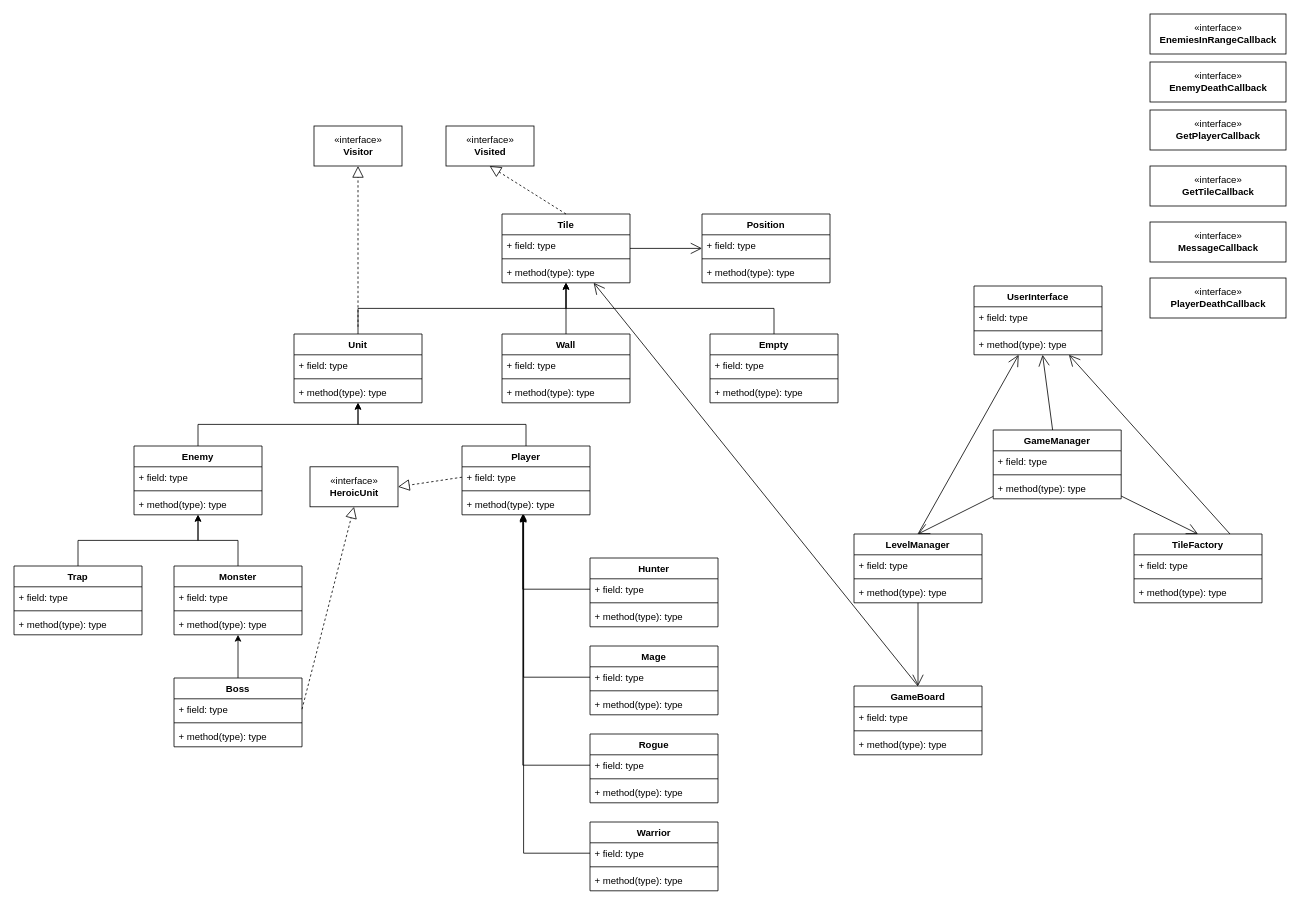
This is DangeonsAndDragons.drawio from Daniel-Ayz/DungeonsAndDragons, a draw.io file, before an edit. Source tidied: cells renumbered, new cells numbered last; positions are measured from the earlier drawing's top-left corner, leaving out a move shared by most shapes. Both pictures are drawn from the tidied source at 80%, with x=0, y=0 at pixel (14, 14).
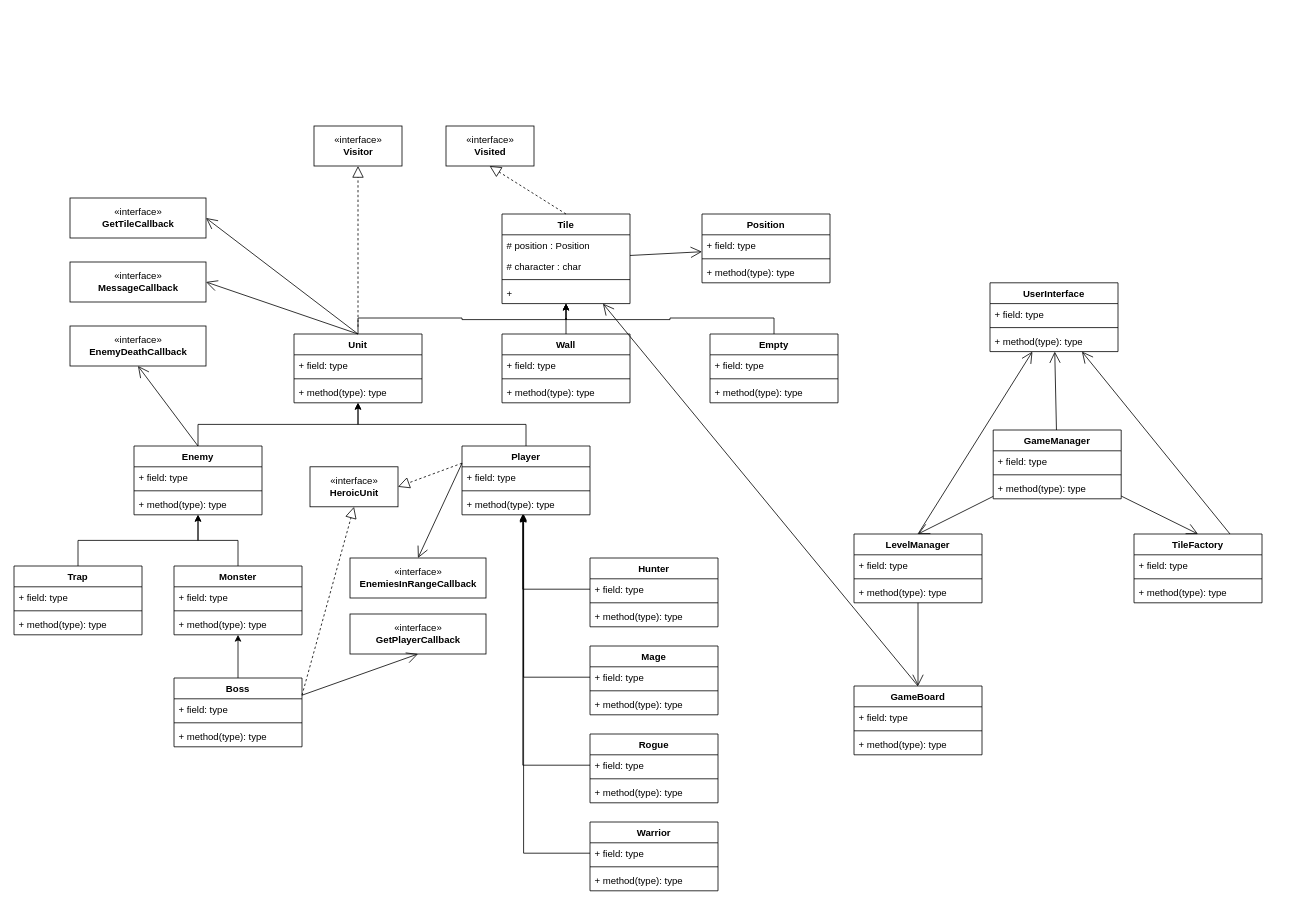
The same page after the edit.

Unchanged cells that the change refers to:
```xml
<mxCell id="37" value="Unit" style="swimlane;fontStyle=1;align=center;verticalAlign=top;horizontal=1;startSize=26;" parent="1" vertex="1">
  <mxGeometry x="350" y="400" width="160" height="86" as="geometry" />
</mxCell>
<mxCell id="42" value="Player" style="swimlane;fontStyle=1;align=center;verticalAlign=top;horizontal=1;startSize=26;" parent="1" vertex="1">
  <mxGeometry x="560" y="540" width="160" height="86" as="geometry" />
</mxCell>
<mxCell id="43" value="+ field: type" style="text;strokeColor=none;fillColor=none;align=left;verticalAlign=top;spacingLeft=4;spacingRight=4;overflow=hidden;points=[[0,0.5],[1,0.5]];portConstraint=eastwest;" parent="42" vertex="1">
  <mxGeometry y="26" width="160" height="26" as="geometry" />
</mxCell>
<mxCell id="47" value="Enemy" style="swimlane;fontStyle=1;align=center;verticalAlign=top;horizontal=1;startSize=26;" parent="1" vertex="1">
  <mxGeometry x="150" y="540" width="160" height="86" as="geometry" />
</mxCell>
<mxCell id="63" value="«interface»&lt;br&gt;&lt;b&gt;HeroicUnit&lt;/b&gt;" style="html=1;" parent="1" vertex="1">
  <mxGeometry x="370" y="566" width="110" height="50" as="geometry" />
</mxCell>
<mxCell id="91" value="Boss" style="swimlane;fontStyle=1;align=center;verticalAlign=top;horizontal=1;startSize=26;" parent="1" vertex="1">
  <mxGeometry x="200" y="830" width="160" height="86" as="geometry" />
</mxCell>
<mxCell id="92" value="+ field: type" style="text;strokeColor=none;fillColor=none;align=left;verticalAlign=top;spacingLeft=4;spacingRight=4;overflow=hidden;points=[[0,0.5],[1,0.5]];portConstraint=eastwest;" parent="91" vertex="1">
  <mxGeometry y="26" width="160" height="26" as="geometry" />
</mxCell>
```

What changed in the source:
```diff
@@
     <mxCell id="2" value="UserInterface" style="swimlane;fontStyle=1;align=center;verticalAlign=top;horizontal=1;startSize=26;" parent="1" vertex="1">
-      <mxGeometry x="1200" y="340" width="160" height="86" as="geometry" />
+      <mxGeometry x="1220" y="336" width="160" height="86" as="geometry" />
     </mxCell>
@@
     <mxCell id="22" value="Tile" style="swimlane;fontStyle=1;align=center;verticalAlign=top;horizontal=1;startSize=26;" parent="1" vertex="1">
-      <mxGeometry x="610" y="250" width="160" height="86" as="geometry" />
+      <mxGeometry x="610" y="250" width="160" height="112" as="geometry" />
     </mxCell>
-    <mxCell id="23" value="+ field: type" style="text;strokeColor=none;fillColor=none;align=left;verticalAlign=top;spacingLeft=4;spacingRight=4;overflow=hidden;" parent="22" vertex="1">
+    <mxCell id="23" value="# position : Position" style="text;strokeColor=none;fillColor=none;align=left;verticalAlign=top;spacingLeft=4;spacingRight=4;overflow=hidden;" parent="22" vertex="1">
       <mxGeometry y="26" width="160" height="26" as="geometry" />
     </mxCell>
+    <mxCell id="111" value="# character : char" style="text;strokeColor=none;fillColor=none;align=left;verticalAlign=top;spacingLeft=4;spacingRight=4;overflow=hidden;" parent="22" vertex="1">
+      <mxGeometry y="52" width="160" height="26" as="geometry" />
+    </mxCell>
     <mxCell id="24" style="line;strokeWidth=1;fillColor=none;align=left;verticalAlign=middle;spacingTop=-1;spacingLeft=3;spacingRight=3;labelPosition=right;" parent="22" vertex="1">
-      <mxGeometry y="52" width="160" height="8" as="geometry" />
+      <mxGeometry y="78" width="160" height="8" as="geometry" />
     </mxCell>
-    <mxCell id="25" value="+ method(type): type" style="text;strokeColor=none;fillColor=none;align=left;verticalAlign=top;spacingLeft=4;spacingRight=4;overflow=hidden;" parent="22" vertex="1">
-      <mxGeometry y="60" width="160" height="26" as="geometry" />
+    <mxCell id="25" value="+ " style="text;strokeColor=none;fillColor=none;align=left;verticalAlign=top;spacingLeft=4;spacingRight=4;overflow=hidden;" parent="22" vertex="1">
+      <mxGeometry y="86" width="160" height="26" as="geometry" />
     </mxCell>
@@
     <mxCell id="30" value="«interface»&lt;br&gt;&lt;b&gt;EnemiesInRangeCallback&lt;/b&gt;" style="html=1;" parent="1" vertex="1">
-      <mxGeometry x="1420" width="170" height="50" as="geometry" />
+      <mxGeometry x="420" y="680" width="170" height="50" as="geometry" />
     </mxCell>
     <mxCell id="31" value="«interface»&lt;br&gt;&lt;b&gt;EnemyDeathCallback&lt;/b&gt;" style="html=1;" parent="1" vertex="1">
-      <mxGeometry x="1420" y="60" width="170" height="50" as="geometry" />
+      <mxGeometry x="70" y="390" width="170" height="50" as="geometry" />
     </mxCell>
     <mxCell id="32" value="«interface»&lt;br&gt;&lt;b&gt;GetPlayerCallback&lt;/b&gt;" style="html=1;" parent="1" vertex="1">
-      <mxGeometry x="1420" y="120" width="170" height="50" as="geometry" />
+      <mxGeometry x="420" y="750" width="170" height="50" as="geometry" />
     </mxCell>
     <mxCell id="33" value="«interface»&lt;br&gt;&lt;b&gt;GetTileCallback&lt;/b&gt;" style="html=1;" parent="1" vertex="1">
-      <mxGeometry x="1420" y="190" width="170" height="50" as="geometry" />
+      <mxGeometry x="70" y="230" width="170" height="50" as="geometry" />
     </mxCell>
     <mxCell id="34" value="«interface»&lt;br&gt;&lt;b&gt;MessageCallback&lt;/b&gt;" style="html=1;" parent="1" vertex="1">
-      <mxGeometry x="1420" y="260" width="170" height="50" as="geometry" />
+      <mxGeometry x="70" y="310" width="170" height="50" as="geometry" />
     </mxCell>
-    <mxCell id="35" value="«interface»&lt;br&gt;&lt;b&gt;PlayerDeathCallback&lt;/b&gt;" style="html=1;" parent="1" vertex="1">
-      <mxGeometry x="1420" y="330" width="170" height="50" as="geometry" />
-    </mxCell>
@@
-    <mxCell id="98" style="endArrow=block;dashed=1;endFill=0;endSize=12;html=1;rounded=0;exitX=1;exitY=0.5;exitDx=0;exitDy=0;entryX=0.5;entryY=1;entryDx=0;entryDy=0;" parent="1" edge="1" source="92" target="63">
+    <mxCell id="98" style="endArrow=block;dashed=1;endFill=0;endSize=12;html=1;rounded=0;exitX=1;exitY=0.25;exitDx=0;exitDy=0;entryX=0.5;entryY=1;entryDx=0;entryDy=0;" parent="1" edge="1" source="91" target="63">
       <mxGeometry relative="1" as="geometry" />
     </mxCell>
-    <mxCell id="99" style="endArrow=block;dashed=1;endFill=0;endSize=12;html=1;rounded=0;exitX=0;exitY=0.5;exitDx=0;exitDy=0;entryX=1;entryY=0.5;entryDx=0;entryDy=0;" parent="1" edge="1" source="43" target="63">
+    <mxCell id="99" style="endArrow=block;dashed=1;endFill=0;endSize=12;html=1;rounded=0;exitX=0;exitY=0.25;exitDx=0;exitDy=0;entryX=1;entryY=0.5;entryDx=0;entryDy=0;" parent="1" edge="1" source="42" target="63">
       <mxGeometry relative="1" as="geometry" />
     </mxCell>
@@
+    <mxCell id="112" style="endArrow=open;endFill=1;endSize=12;html=1;rounded=0;entryX=1;entryY=0.5;entryDx=0;entryDy=0;exitX=0.5;exitY=0;exitDx=0;exitDy=0;" parent="1" edge="1" source="37" target="34">
+      <mxGeometry relative="1" as="geometry" />
+    </mxCell>
+    <mxCell id="113" style="endArrow=open;endFill=1;endSize=12;html=1;rounded=0;exitX=0.5;exitY=0;exitDx=0;exitDy=0;entryX=1;entryY=0.5;entryDx=0;entryDy=0;" parent="1" edge="1" source="37" target="33">
+      <mxGeometry relative="1" as="geometry" />
+    </mxCell>
+    <mxCell id="114" style="endArrow=open;endFill=1;endSize=12;html=1;rounded=0;entryX=0.5;entryY=0;entryDx=0;entryDy=0;exitX=0;exitY=0.25;exitDx=0;exitDy=0;" parent="1" edge="1" source="42" target="30">
+      <mxGeometry relative="1" as="geometry" />
+    </mxCell>
+    <mxCell id="115" style="endArrow=open;endFill=1;endSize=12;html=1;rounded=0;entryX=0.5;entryY=1;entryDx=0;entryDy=0;exitX=1;exitY=0.25;exitDx=0;exitDy=0;" parent="1" edge="1" source="91" target="32">
+      <mxGeometry relative="1" as="geometry" />
+    </mxCell>
+    <mxCell id="116" style="endArrow=open;endFill=1;endSize=12;html=1;rounded=0;entryX=0.5;entryY=1;entryDx=0;entryDy=0;exitX=0.5;exitY=0;exitDx=0;exitDy=0;" parent="1" edge="1" source="47" target="31">
+      <mxGeometry relative="1" as="geometry" />
+    </mxCell>
```
